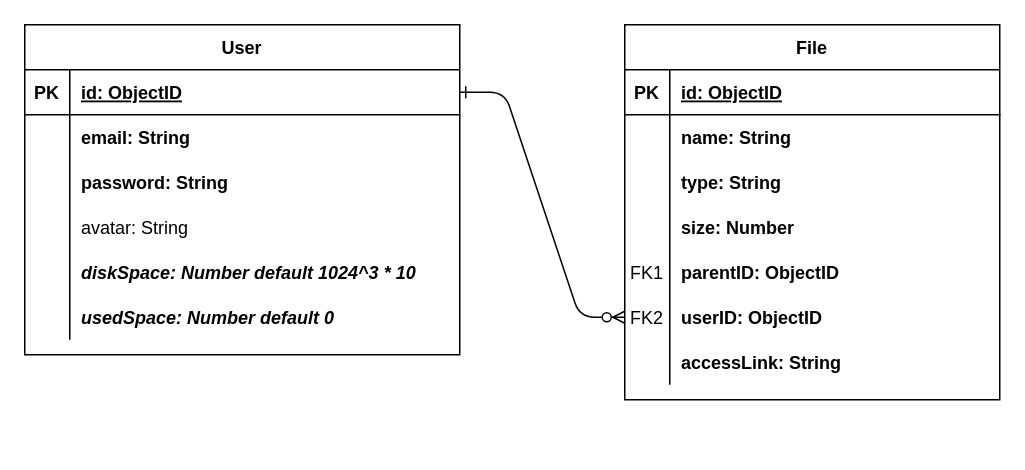
The draw.io diagram cloud-storage-diagram.drawio in greatstudentkaze/cloud-storage, before the edit. Source tidied: cells renumbered, new cells numbered last; positions are measured from the earlier drawing's top-left corner, leaving out a move shared by most shapes. Both pictures are drawn from the tidied source at 150%, with x=0, y=0 at pixel (24, 24).
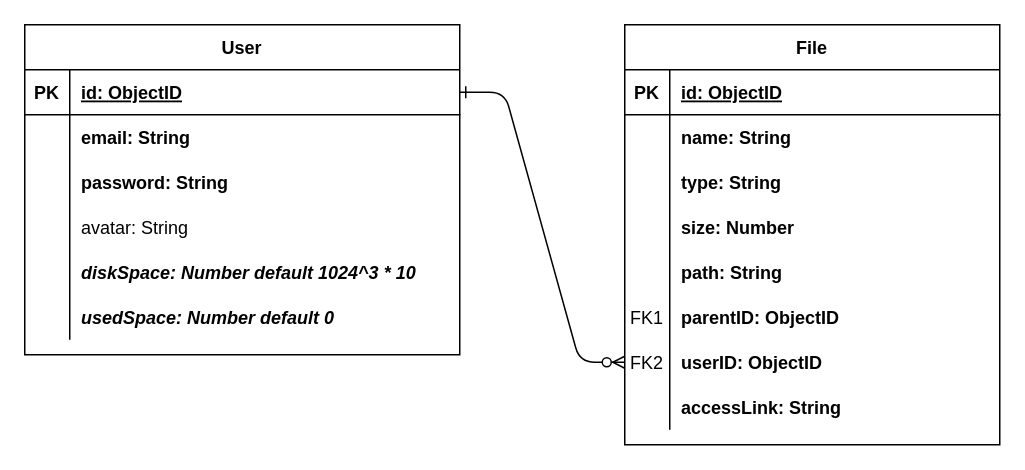
Above is the later version.

Commit message:
add path prop to File entity

The edit, as a diff of the source:
```diff
@@
     <mxCell id="3" value="File" style="shape=table;startSize=30;childLayout=tableLayout;rowLines=0;fontStyle=1;align=center;" parent="1" vertex="1">
-      <mxGeometry x="400" width="250" height="250" as="geometry" />
+      <mxGeometry x="400" width="250" height="280" as="geometry" />
     </mxCell>
@@
+    <mxCell id="44" style="shape=partialRectangle;fillColor=none;top=0;left=0;right=0;bottom=0;" parent="3" vertex="1">
+      <mxGeometry y="150" width="250" height="30" as="geometry" />
+    </mxCell>
+    <mxCell id="45" style="shape=partialRectangle;overflow=hidden;fillColor=none;top=0;left=0;bottom=0;right=0;" parent="44" vertex="1">
+      <mxGeometry width="30" height="30" as="geometry" />
+    </mxCell>
+    <mxCell id="46" value="path: String" style="shape=partialRectangle;overflow=hidden;fillColor=none;top=0;left=0;bottom=0;right=0;align=left;spacingLeft=6;fontStyle=1;" parent="44" vertex="1">
+      <mxGeometry x="30" width="220" height="30" as="geometry" />
+    </mxCell>
     <mxCell id="16" style="shape=partialRectangle;fillColor=none;top=0;left=0;right=0;bottom=0;" parent="3" vertex="1">
-      <mxGeometry y="150" width="250" height="30" as="geometry" />
+      <mxGeometry y="180" width="250" height="30" as="geometry" />
     </mxCell>
@@
     <mxCell id="19" style="shape=partialRectangle;fillColor=none;points=[[0,0.5],[1,0.5]];portConstraint=eastwest;top=0;left=0;right=0;bottom=0;" parent="3" vertex="1">
-      <mxGeometry y="180" width="250" height="30" as="geometry" />
+      <mxGeometry y="210" width="250" height="30" as="geometry" />
     </mxCell>
@@
     <mxCell id="22" style="shape=partialRectangle;fillColor=none;top=0;left=0;right=0;bottom=0;" parent="3" vertex="1">
-      <mxGeometry y="210" width="250" height="30" as="geometry" />
+      <mxGeometry y="240" width="250" height="30" as="geometry" />
     </mxCell>
```
